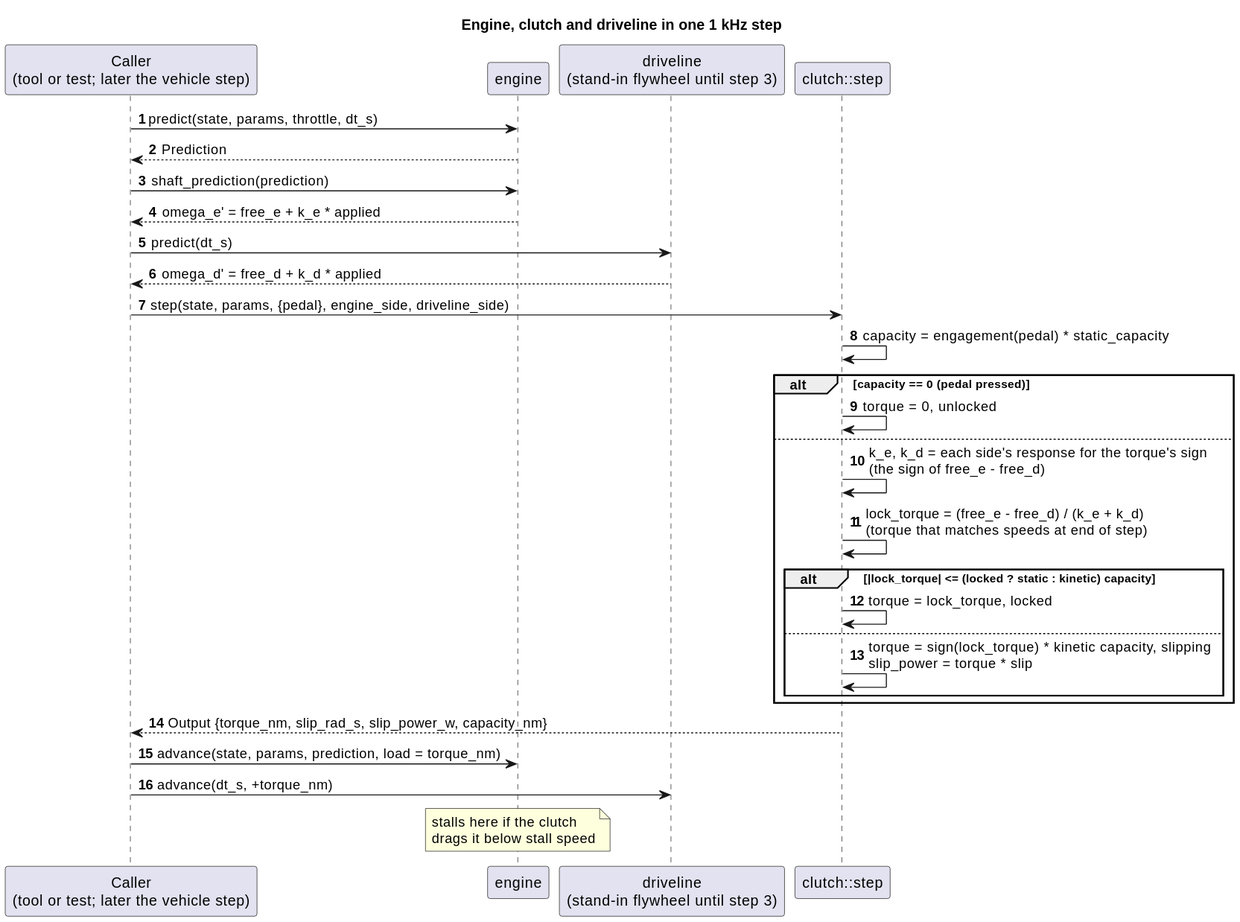
Before: docs/diagrams/svg/clutch_coupling_sequence.svg, a diagram exported from PlantUML (wversteeg/TractorPulling). The source it was exported from:
```plantuml
@startuml
title Engine, clutch and driveline in one 1 kHz step
autonumber
participant "Caller\n(tool or test; later the vehicle step)" as Caller
participant "engine" as Engine
participant "driveline\n(stand-in flywheel until step 3)" as Driveline
participant "clutch::step" as Clutch

Caller -> Engine : predict(state, params, throttle, dt_s)
Engine --> Caller : Prediction
Caller -> Engine : shaft_prediction(prediction)
Engine --> Caller : omega_e' = free_e + k_e * applied
Caller -> Driveline : predict(dt_s)
Driveline --> Caller : omega_d' = free_d + k_d * applied

Caller -> Clutch : step(state, params, {pedal}, engine_side, driveline_side)
Clutch -> Clutch : capacity = engagement(pedal) * static_capacity
alt capacity == 0 (pedal pressed)
  Clutch -> Clutch : torque = 0, unlocked
else
  Clutch -> Clutch : k_e, k_d = each side's response for the torque's sign\n(the sign of free_e - free_d)
  Clutch -> Clutch : lock_torque = (free_e - free_d) / (k_e + k_d)\n(torque that matches speeds at end of step)
  alt |lock_torque| <= (locked ? static : kinetic) capacity
    Clutch -> Clutch : torque = lock_torque, locked
  else
    Clutch -> Clutch : torque = sign(lock_torque) * kinetic capacity, slipping\nslip_power = torque * slip
  end
end
Clutch --> Caller : Output {torque_nm, slip_rad_s, slip_power_w, capacity_nm}

Caller -> Engine : advance(state, params, prediction, load = torque_nm)
Caller -> Driveline : advance(dt_s, +torque_nm)
note over Engine : stalls here if the clutch\ndrags it below stall speed
@enduml
```
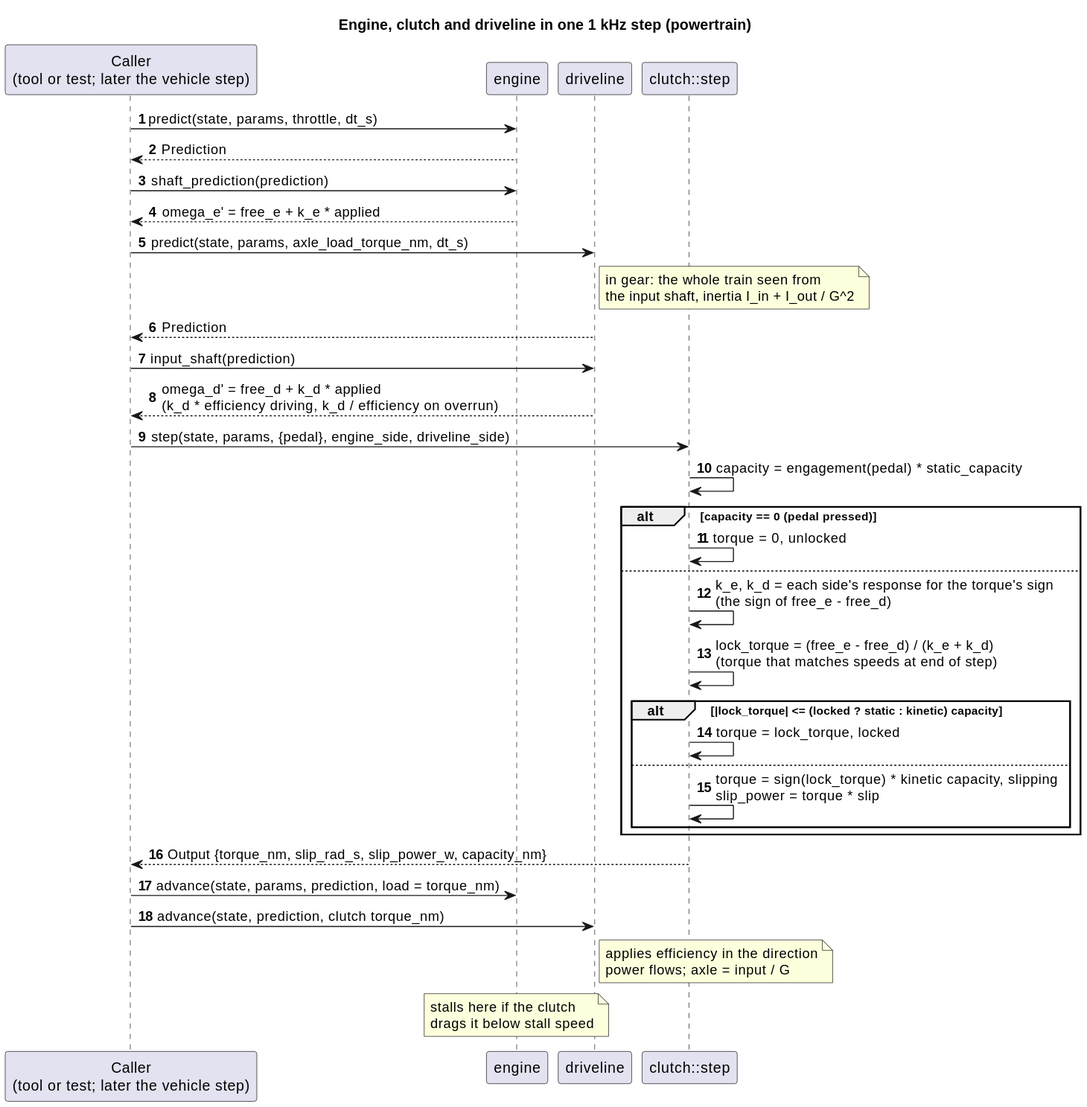
After the commit.

Commit message:
Test engine, clutch and driveline together against a vehicle stand-in

The edit, as a diff of the source:
```diff
@@ -1,17 +1,20 @@
 @startuml
-title Engine, clutch and driveline in one 1 kHz step
+title Engine, clutch and driveline in one 1 kHz step (powertrain)
 autonumber
 participant "Caller\n(tool or test; later the vehicle step)" as Caller
 participant "engine" as Engine
-participant "driveline\n(stand-in flywheel until step 3)" as Driveline
+participant "driveline" as Driveline
 participant "clutch::step" as Clutch
 
 Caller -> Engine : predict(state, params, throttle, dt_s)
 Engine --> Caller : Prediction
 Caller -> Engine : shaft_prediction(prediction)
 Engine --> Caller : omega_e' = free_e + k_e * applied
-Caller -> Driveline : predict(dt_s)
-Driveline --> Caller : omega_d' = free_d + k_d * applied
+Caller -> Driveline : predict(state, params, axle_load_torque_nm, dt_s)
+note right of Driveline : in gear: the whole train seen from\nthe input shaft, inertia I_in + I_out / G^2
+Driveline --> Caller : Prediction
+Caller -> Driveline : input_shaft(prediction)
+Driveline --> Caller : omega_d' = free_d + k_d * applied\n(k_d * efficiency driving, k_d / efficiency on overrun)
 
 Caller -> Clutch : step(state, params, {pedal}, engine_side, driveline_side)
 Clutch -> Clutch : capacity = engagement(pedal) * static_capacity
@@ -29,6 +32,7 @@
 Clutch --> Caller : Output {torque_nm, slip_rad_s, slip_power_w, capacity_nm}
 
 Caller -> Engine : advance(state, params, prediction, load = torque_nm)
-Caller -> Driveline : advance(dt_s, +torque_nm)
+Caller -> Driveline : advance(state, prediction, clutch torque_nm)
+note right of Driveline : applies efficiency in the direction\npower flows; axle = input / G
 note over Engine : stalls here if the clutch\ndrags it below stall speed
 @enduml
```
